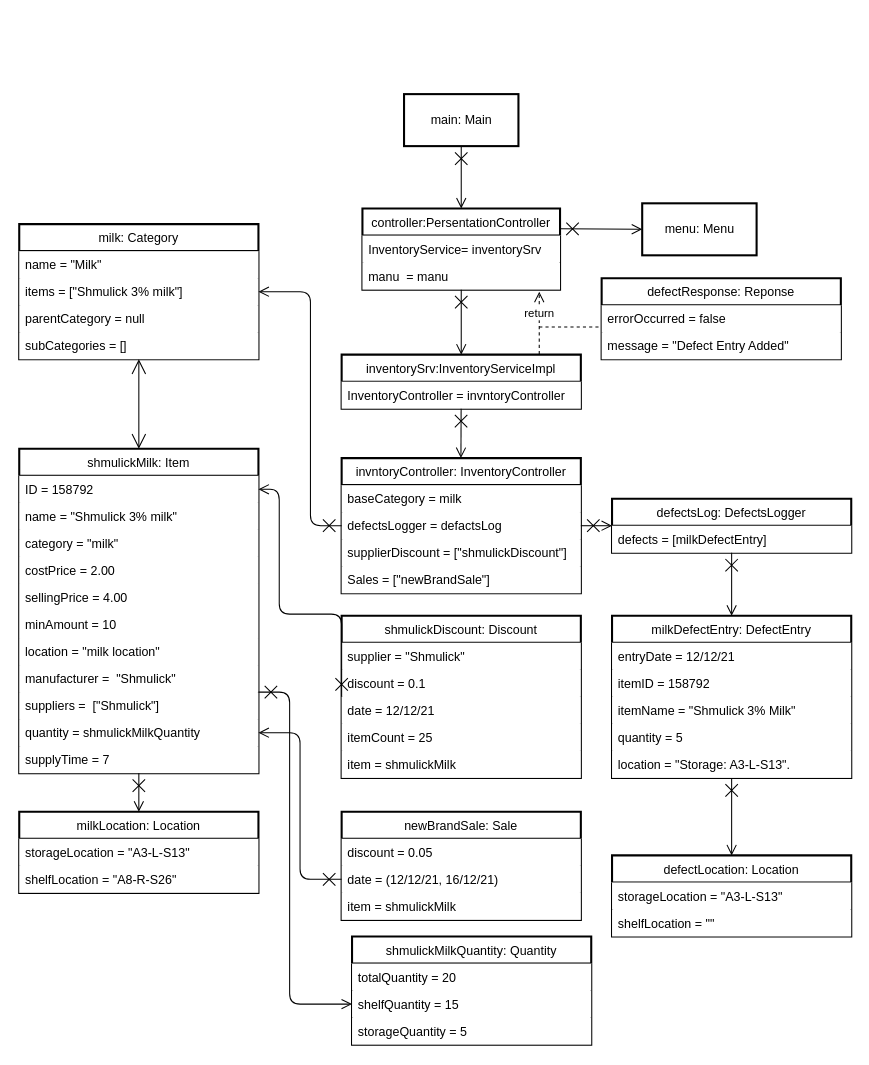
Before: docs/Inventory/Inventroy_OD2.drawio in eladinbar/Super-Li_Market, a draw.io diagram. Source tidied: cells renumbered, new cells numbered last; positions are measured from the earlier drawing's top-left corner, leaving out a move shared by most shapes. Both pictures are drawn from the tidied source at 104%, with x=0, y=0 at pixel (19, 94).
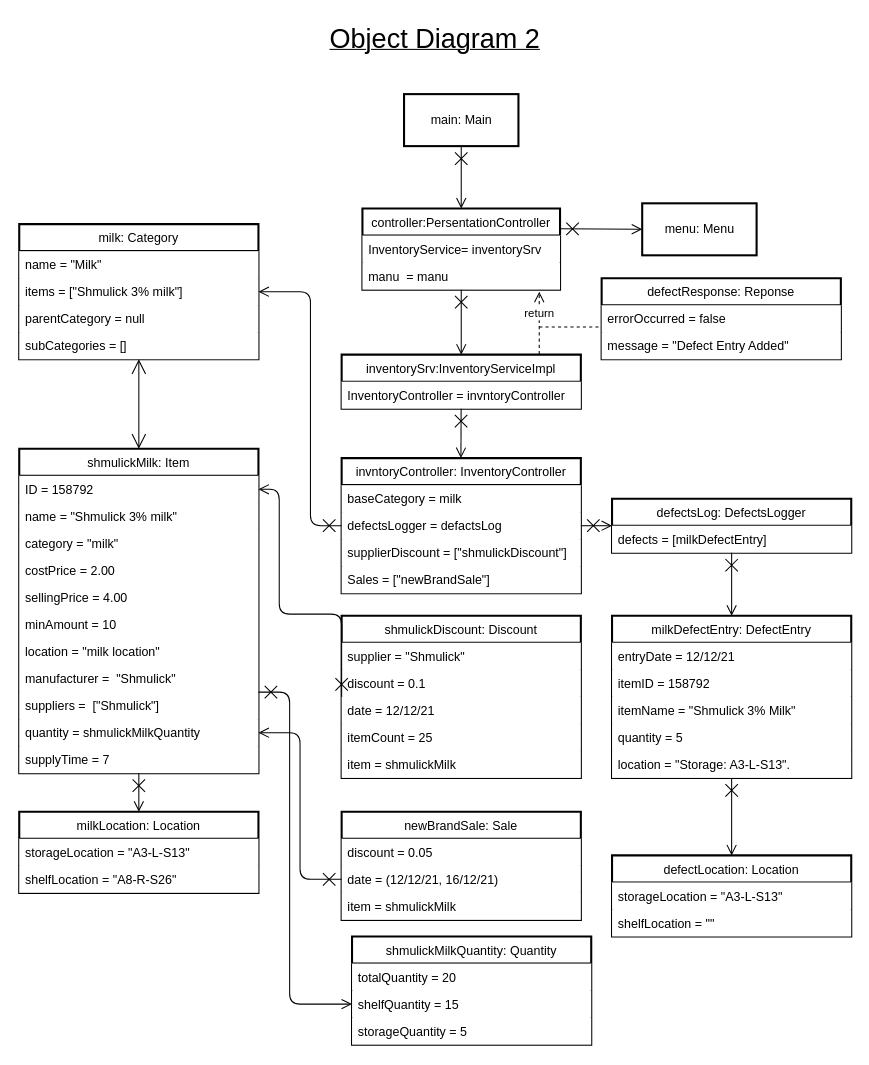
Above is the later version.

The edit, as a diff of the source:
```diff
@@
+    <mxCell id="77" value="&lt;u&gt;&lt;font style=&quot;font-size: 26px&quot;&gt;Object Diagram 2&lt;/font&gt;&lt;/u&gt;" style="text;html=1;strokeColor=none;fillColor=none;align=center;verticalAlign=middle;whiteSpace=wrap;rounded=0;" parent="1" vertex="1">
+      <mxGeometry x="195" y="-73" width="410" height="40" as="geometry" />
+    </mxCell>
```
